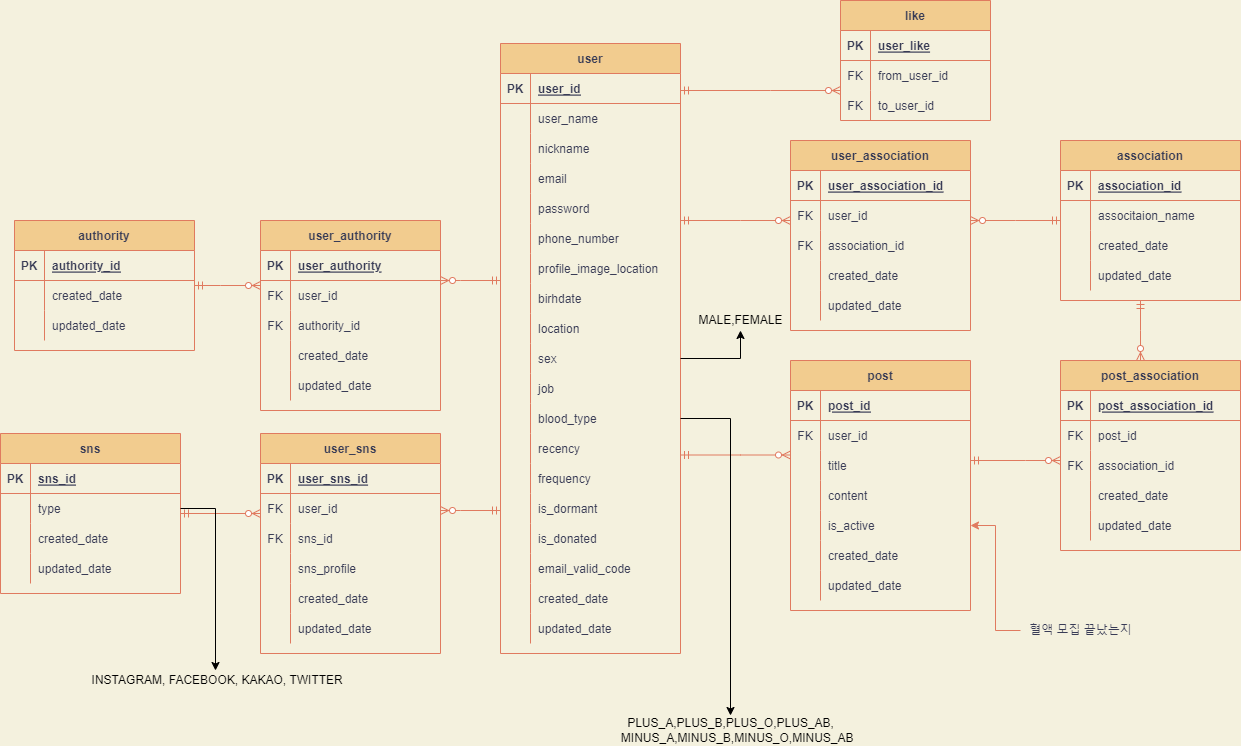
This is Untitled Diagram.drawio.png from CYC0227/lab, a draw.io export, as it was before one commit. Source tidied: cells renumbered, new cells last; positions are measured from the earlier drawing's top-left corner, leaving out a move shared by most shapes.
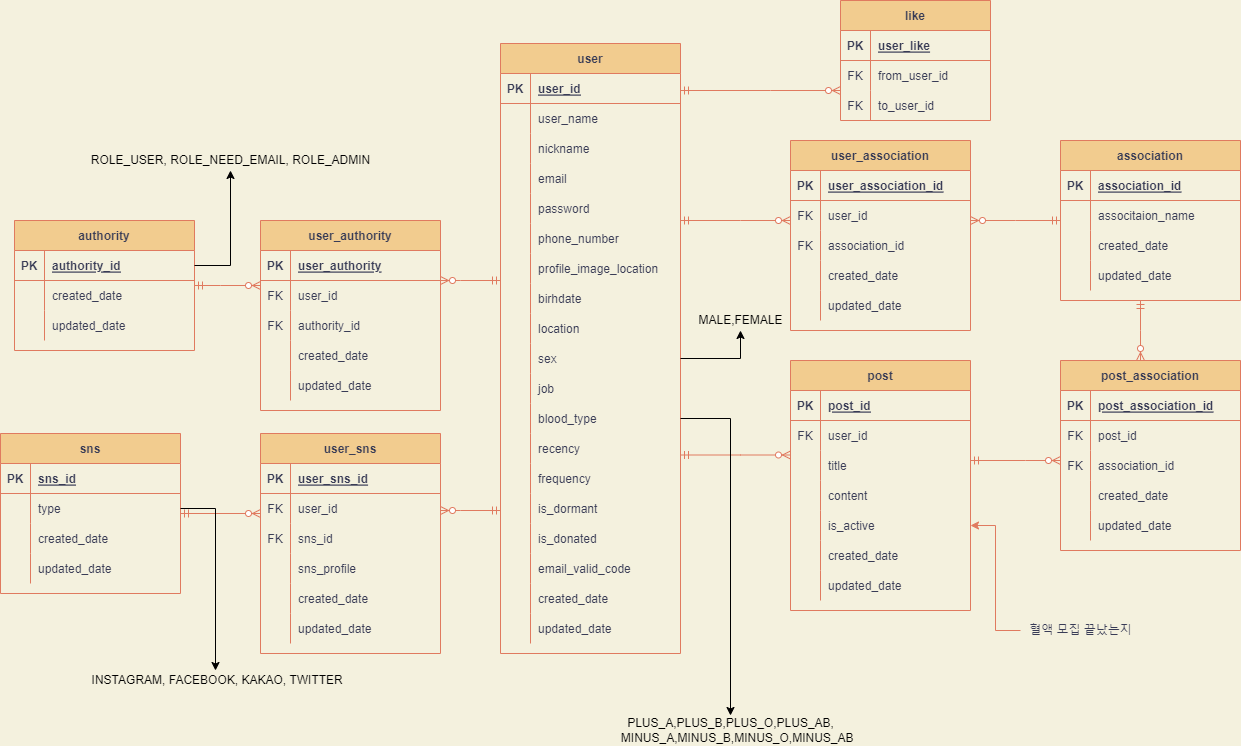
Later version of the same file.

Change to the diagram source:
```diff
@@ -692,5 +692,11 @@
     <mxCell id="212" value="&amp;nbsp;INSTAGRAM, FACEBOOK, KAKAO, TWITTER" style="text;html=1;align=center;verticalAlign=middle;points=[];strokeColor=none;fillColor=none;" parent="1" vertex="1">
       <mxGeometry x="80" y="670" width="270" height="20" as="geometry" />
     </mxCell>
+    <mxCell id="213" style="edgeStyle=orthogonalEdgeStyle;rounded=0;jettySize=auto;html=1;" parent="1" edge="1" source="133" target="214">
+      <mxGeometry relative="1" as="geometry" />
+    </mxCell>
+    <mxCell id="214" value="ROLE_USER, ROLE_NEED_EMAIL, ROLE_ADMIN&lt;br&gt;" style="text;html=1;align=center;verticalAlign=middle;points=[];strokeColor=none;fillColor=none;" parent="1" vertex="1">
+      <mxGeometry x="85" y="150" width="290" height="20" as="geometry" />
+    </mxCell>
   </root>
 </mxGraphModel>
```
